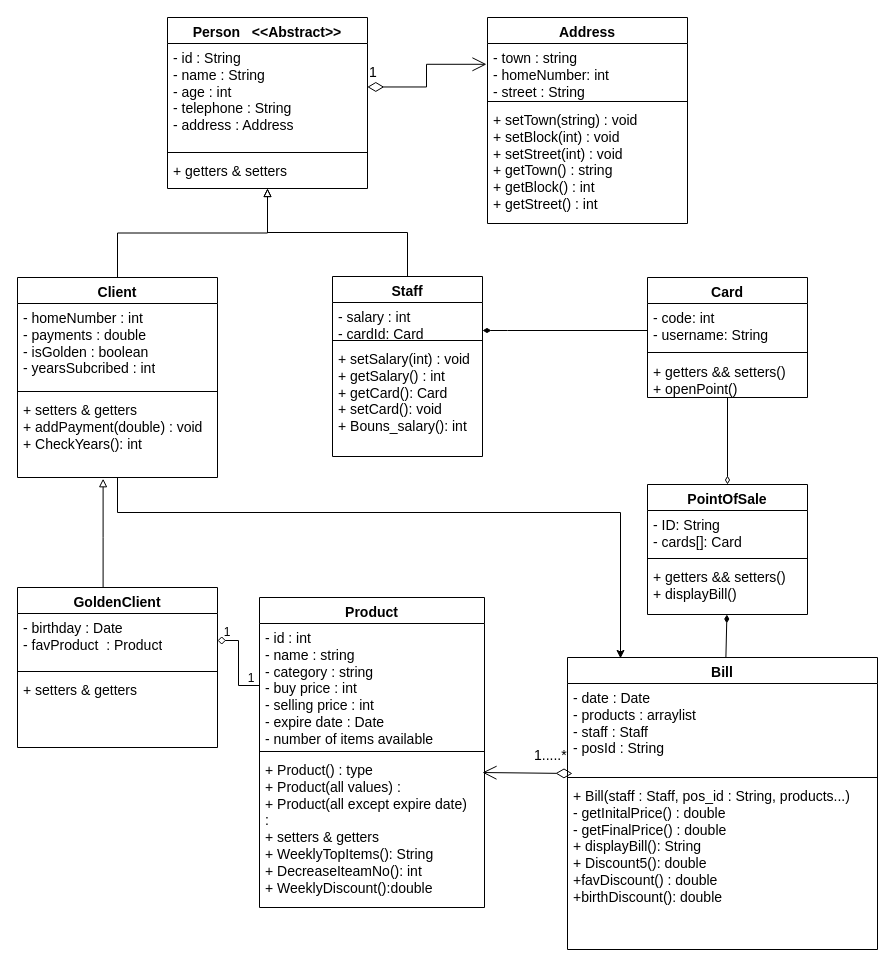
DiaaAhmedHassan/SuperMarketSystem keeps this draw.io diagram as UML/supermarket-uml.drawio. Above is the earlier version. Source tidied: cells renumbered, new cells numbered last; positions are measured from the earlier drawing's top-left corner, leaving out a move shared by most shapes. Both pictures are drawn from the tidied source at 100%, with x=0, y=0 at pixel (17, 17).
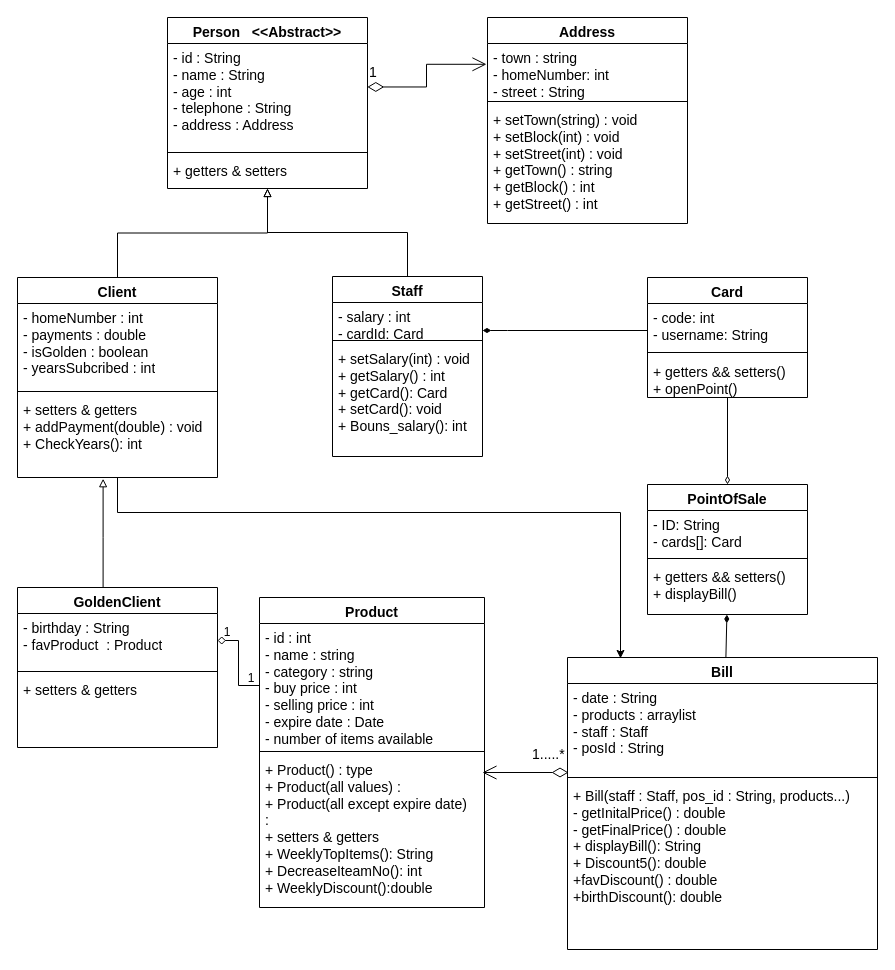
Above is the later version.

The change refers to these unchanged cells:
```xml
<mxCell id="5" value="+ Product() : type&lt;br style=&quot;font-size: 14px;&quot;&gt;+ Product(all values) :&lt;br style=&quot;font-size: 14px;&quot;&gt;+ Product(all except expire date) :&amp;nbsp;&amp;nbsp;&lt;br style=&quot;font-size: 14px;&quot;&gt;+ setters &amp;amp; getters&lt;br style=&quot;font-size: 14px;&quot;&gt;+ WeeklyTopItems(): String&lt;br&gt;+ DecreaseIteamNo(): int&lt;br&gt;+ WeeklyDiscount():double&amp;nbsp;" style="text;strokeColor=none;fillColor=none;align=left;verticalAlign=top;spacingLeft=4;spacingRight=4;overflow=hidden;points=[[0,0.5],[1,0.5]];portConstraint=eastwest;whiteSpace=wrap;html=1;labelBackgroundColor=none;horizontal=1;fontSize=14;" parent="2" vertex="1">
  <mxGeometry y="158" width="225" height="152" as="geometry" />
</mxCell>
<mxCell id="15" value="GoldenClient" style="swimlane;fontStyle=1;align=center;verticalAlign=top;horizontal=1;startSize=26;whiteSpace=wrap;html=1;labelBackgroundColor=none;fontSize=14;" parent="1" vertex="1">
  <mxGeometry y="570" width="200" height="160" as="geometry" />
</mxCell>
<mxCell id="20" value="Bill" style="swimlane;fontStyle=1;align=center;verticalAlign=top;horizontal=1;startSize=26;whiteSpace=wrap;html=1;labelBackgroundColor=none;fontSize=14;" parent="1" vertex="1">
  <mxGeometry x="550" y="640" width="310" height="292" as="geometry" />
</mxCell>
```

The edit, as a diff of the source:
```diff
@@
-    <mxCell id="16" value="- birthday : Date&lt;br style=&quot;font-size: 14px;&quot;&gt;- favProduct&amp;nbsp; : Product" style="text;strokeColor=none;fillColor=none;align=left;verticalAlign=top;spacingLeft=4;spacingRight=4;overflow=hidden;points=[[0,0.5],[1,0.5]];portConstraint=eastwest;whiteSpace=wrap;html=1;labelBackgroundColor=none;horizontal=1;fontSize=14;" parent="15" vertex="1">
+    <mxCell id="16" value="- birthday : String&lt;br style=&quot;font-size: 14px;&quot;&gt;- favProduct&amp;nbsp; : Product" style="text;strokeColor=none;fillColor=none;align=left;verticalAlign=top;spacingLeft=4;spacingRight=4;overflow=hidden;points=[[0,0.5],[1,0.5]];portConstraint=eastwest;whiteSpace=wrap;html=1;labelBackgroundColor=none;horizontal=1;fontSize=14;" parent="15" vertex="1">
       <mxGeometry y="26" width="200" height="54" as="geometry" />
     </mxCell>
@@
-    <mxCell id="21" value="- date : Date&lt;br style=&quot;font-size: 14px;&quot;&gt;- products : arraylist&lt;br style=&quot;font-size: 14px;&quot;&gt;- staff : Staff&lt;br style=&quot;font-size: 14px;&quot;&gt;- posId : String" style="text;strokeColor=none;fillColor=none;align=left;verticalAlign=top;spacingLeft=4;spacingRight=4;overflow=hidden;points=[[0,0.5],[1,0.5]];portConstraint=eastwest;whiteSpace=wrap;html=1;labelBackgroundColor=none;horizontal=1;fontSize=14;" parent="20" vertex="1">
+    <mxCell id="21" value="- date : String&lt;br style=&quot;font-size: 14px;&quot;&gt;- products : arraylist&lt;br style=&quot;font-size: 14px;&quot;&gt;- staff : Staff&lt;br style=&quot;font-size: 14px;&quot;&gt;- posId : String" style="text;strokeColor=none;fillColor=none;align=left;verticalAlign=top;spacingLeft=4;spacingRight=4;overflow=hidden;points=[[0,0.5],[1,0.5]];portConstraint=eastwest;whiteSpace=wrap;html=1;labelBackgroundColor=none;horizontal=1;fontSize=14;" parent="20" vertex="1">
       <mxGeometry y="26" width="310" height="90" as="geometry" />
     </mxCell>
@@
-    <mxCell id="49" value="1.....*" style="endArrow=open;html=1;endSize=12;startArrow=diamondThin;startSize=14;startFill=0;align=left;verticalAlign=bottom;rounded=0;labelBackgroundColor=none;horizontal=1;fontSize=14;exitX=0.016;exitY=1;exitDx=0;exitDy=0;exitPerimeter=0;entryX=0.991;entryY=0.112;entryDx=0;entryDy=0;entryPerimeter=0;" parent="1" edge="1" source="21" target="5">
-      <mxGeometry x="-0.11" y="-7" relative="1" as="geometry" />
+    <mxCell id="49" value="1.....*" style="endArrow=open;html=1;endSize=12;startArrow=diamondThin;startSize=14;startFill=0;align=left;verticalAlign=bottom;rounded=0;labelBackgroundColor=none;horizontal=1;fontSize=14;entryX=0.991;entryY=0.112;entryDx=0;entryDy=0;entryPerimeter=0;" parent="1" edge="1" target="5">
+      <mxGeometry x="-0.11" y="-7" relative="1" as="geometry">
+        <mxPoint x="551" y="755" as="sourcePoint" />
+      </mxGeometry>
     </mxCell>
```
